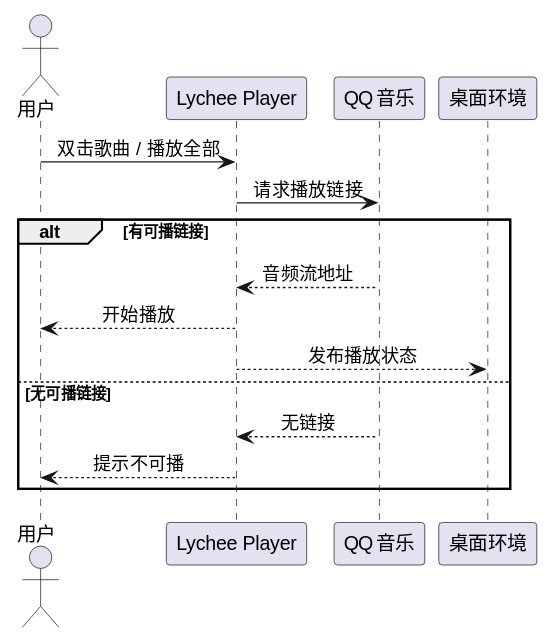
Before: diagram/seq-play.svg, a diagram exported from PlantUML (54m43lJ/LycheePlayer).
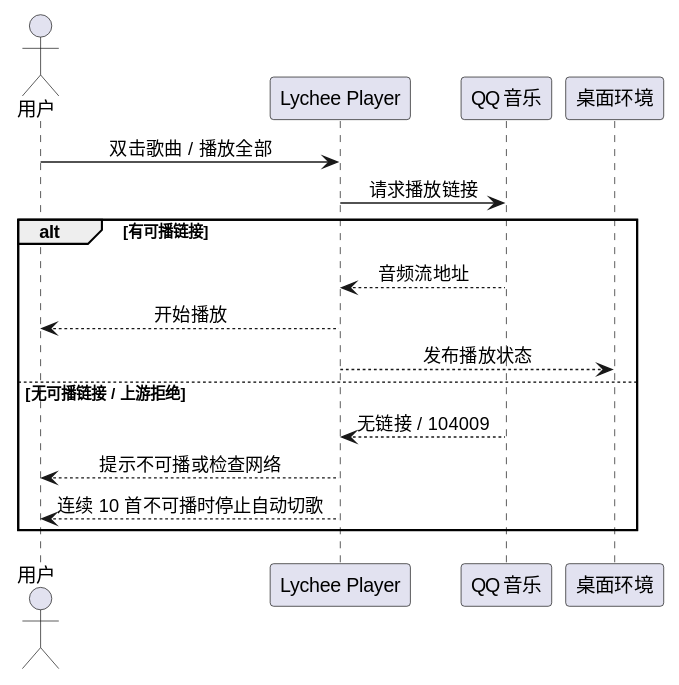
Above is the later version.

What changed in the source:
```diff
@@ -13,8 +13,9 @@
   QQ --> APP : 音频流地址
   APP --> U : 开始播放
   APP --> DESKTOP : 发布播放状态
-else 无可播链接
-  QQ --> APP : 无链接
-  APP --> U : 提示不可播
+else 无可播链接 / 上游拒绝
+  QQ --> APP : 无链接 / 104009
+  APP --> U : 提示不可播或检查网络
+  APP --> U : 连续 10 首不可播时停止自动切歌
 end
 @enduml
```
